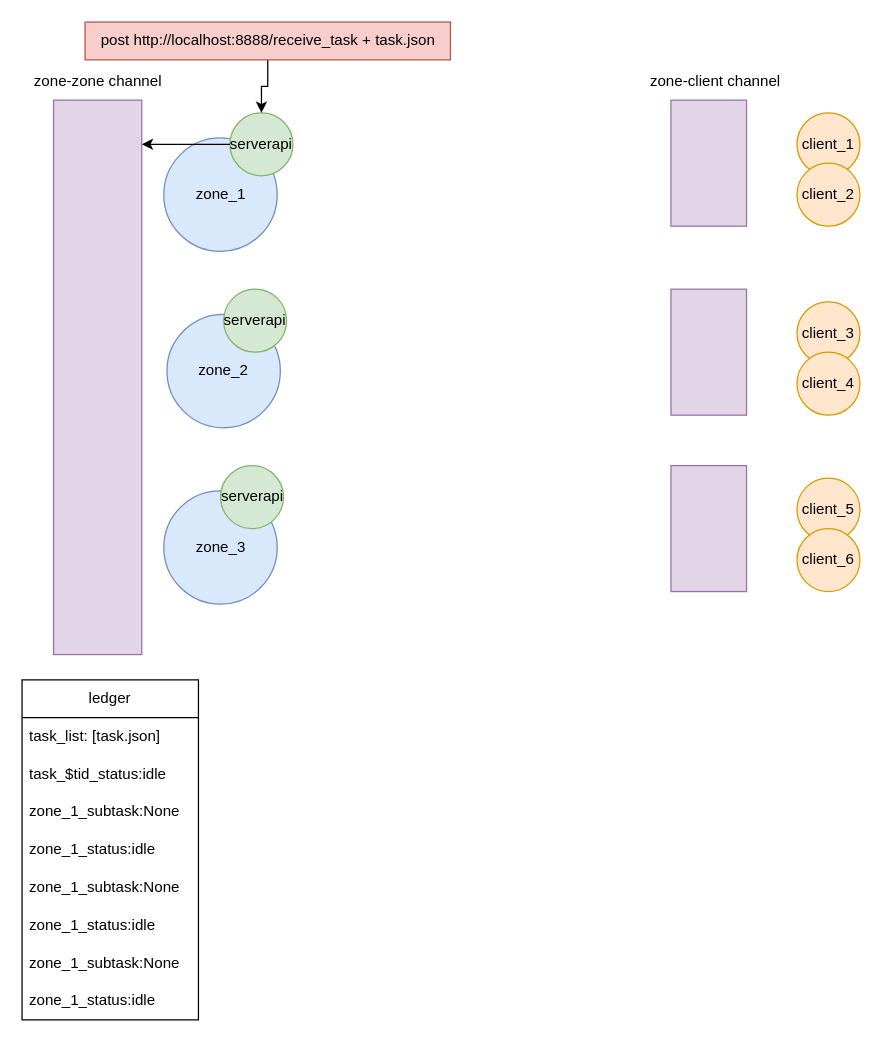
The draw.io diagram hyper_flow.drawio in 278100598/1078, before the edit. Source tidied: cells renumbered, new cells numbered last; positions are measured from the earlier drawing's top-left corner, leaving out a move shared by most shapes. Both pictures are drawn from the tidied source at 126%, with x=0, y=0 at pixel (21, 21).
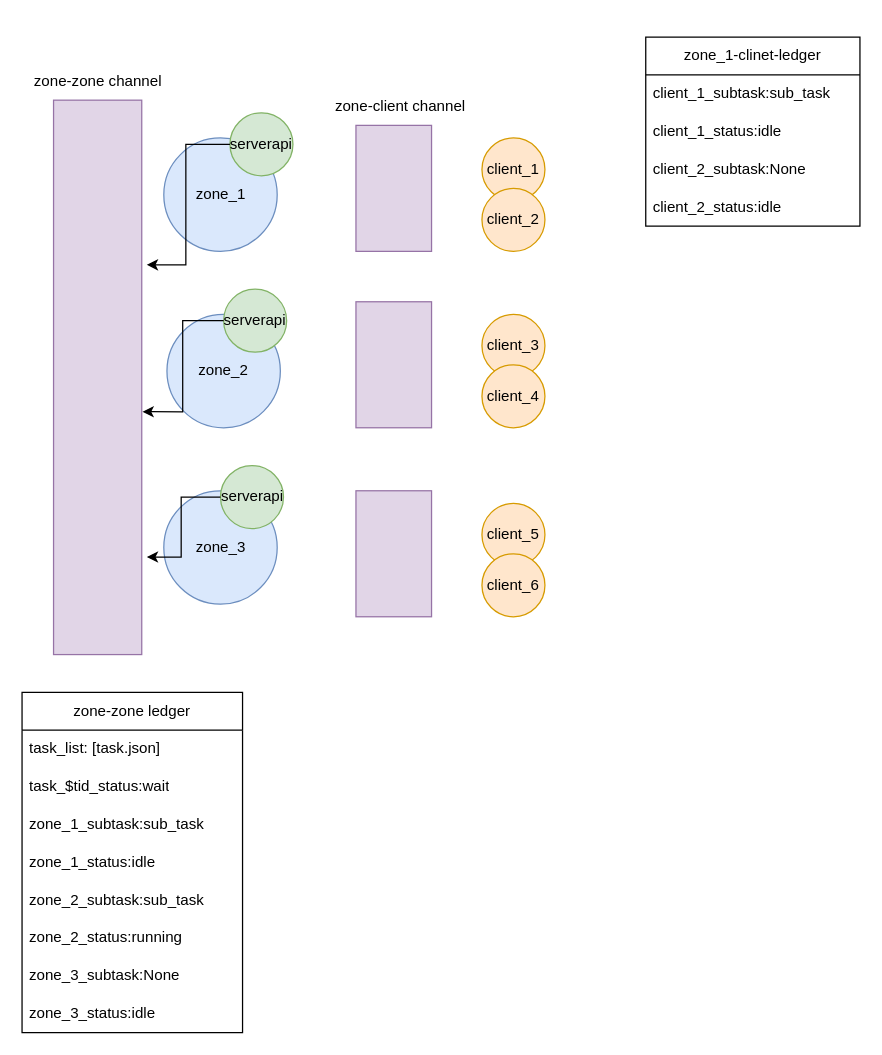
The same page after the edit.

Unchanged cells that the change refers to:
```xml
<mxCell id="2" style="rounded=0;whiteSpace=wrap;html=1;fillColor=#e1d5e7;strokeColor=#9673a6;" parent="1" vertex="1">
  <mxGeometry x="25" y="62" width="70" height="440" as="geometry" />
</mxCell>
<mxCell id="7" value="serverapi" style="ellipse;whiteSpace=wrap;html=1;fillColor=#d5e8d4;strokeColor=#82b366;" parent="1" vertex="1">
  <mxGeometry x="165" y="72" width="50" height="50" as="geometry" />
</mxCell>
<mxCell id="9" value="serverapi" style="ellipse;whiteSpace=wrap;html=1;fillColor=#d5e8d4;strokeColor=#82b366;" parent="1" vertex="1">
  <mxGeometry x="160" y="212" width="50" height="50" as="geometry" />
</mxCell>
<mxCell id="11" value="serverapi" style="ellipse;whiteSpace=wrap;html=1;fillColor=#d5e8d4;strokeColor=#82b366;" parent="1" vertex="1">
  <mxGeometry x="157.5" y="352" width="50" height="50" as="geometry" />
</mxCell>
```

What changed in the source:
```diff
@@
     <mxCell id="4" style="rounded=0;whiteSpace=wrap;html=1;fillColor=#e1d5e7;strokeColor=#9673a6;" parent="1" vertex="1">
-      <mxGeometry x="515" y="62" width="60" height="100" as="geometry" />
+      <mxGeometry x="265" y="82" width="60" height="100" as="geometry" />
     </mxCell>
     <mxCell id="5" value="zone-client channel" style="text;html=1;align=center;verticalAlign=middle;strokeColor=none;fillColor=none;" parent="1" vertex="1">
-      <mxGeometry x="485" y="32" width="130" height="30" as="geometry" />
+      <mxGeometry x="235" y="52" width="130" height="30" as="geometry" />
     </mxCell>
@@
-    <mxCell id="12" style="edgeStyle=orthogonalEdgeStyle;rounded=0;jettySize=auto;html=1;entryX=0.5;entryY=0;entryDx=0;entryDy=0;" parent="1" edge="1" source="13" target="7">
-      <mxGeometry relative="1" as="geometry" />
-    </mxCell>
-    <mxCell id="13" value="post http://localhost:8888/receive_task + task.json" style="text;html=1;align=center;verticalAlign=middle;points=[];strokeColor=#b85450;fillColor=#f8cecc;" parent="1" vertex="1">
-      <mxGeometry x="50" width="290" height="30" as="geometry" />
-    </mxCell>
-    <mxCell id="14" style="edgeStyle=orthogonalEdgeStyle;rounded=0;jettySize=auto;html=1;" parent="1" edge="1" source="7">
-      <mxGeometry relative="1" as="geometry">
-        <mxPoint x="95" y="97" as="targetPoint" />
-      </mxGeometry>
-    </mxCell>
-    <mxCell id="15" value="ledger" style="swimlane;fontStyle=0;horizontal=1;startSize=30;whiteSpace=wrap;html=1;" parent="1" vertex="1">
-      <mxGeometry y="522" width="140" height="270" as="geometry" />
-    </mxCell>
-    <mxCell id="16" value="task_list: [task.json]" style="text;strokeColor=none;fillColor=none;align=left;verticalAlign=middle;spacingLeft=4;spacingRight=4;overflow=hidden;whiteSpace=wrap;html=1;" parent="15" vertex="1">
-      <mxGeometry y="30" width="140" height="30" as="geometry" />
-    </mxCell>
-    <mxCell id="17" value="task_$tid_status:idle" style="text;strokeColor=none;fillColor=none;align=left;verticalAlign=middle;spacingLeft=4;spacingRight=4;overflow=hidden;whiteSpace=wrap;html=1;" parent="15" vertex="1">
-      <mxGeometry y="60" width="140" height="30" as="geometry" />
-    </mxCell>
-    <mxCell id="18" value="zone_1_subtask:None" style="text;strokeColor=none;fillColor=none;align=left;verticalAlign=middle;spacingLeft=4;spacingRight=4;overflow=hidden;whiteSpace=wrap;html=1;" parent="15" vertex="1">
-      <mxGeometry y="90" width="140" height="30" as="geometry" />
-    </mxCell>
-    <mxCell id="19" value="zone_1_status:idle" style="text;strokeColor=none;fillColor=none;align=left;verticalAlign=middle;spacingLeft=4;spacingRight=4;overflow=hidden;whiteSpace=wrap;html=1;" parent="15" vertex="1">
-      <mxGeometry y="120" width="140" height="30" as="geometry" />
-    </mxCell>
-    <mxCell id="20" value="zone_1_subtask:None" style="text;strokeColor=none;fillColor=none;align=left;verticalAlign=middle;spacingLeft=4;spacingRight=4;overflow=hidden;whiteSpace=wrap;html=1;" parent="15" vertex="1">
-      <mxGeometry y="150" width="140" height="30" as="geometry" />
-    </mxCell>
-    <mxCell id="21" value="zone_1_status:idle" style="text;strokeColor=none;fillColor=none;align=left;verticalAlign=middle;spacingLeft=4;spacingRight=4;overflow=hidden;whiteSpace=wrap;html=1;" parent="15" vertex="1">
-      <mxGeometry y="180" width="140" height="30" as="geometry" />
-    </mxCell>
-    <mxCell id="22" value="zone_1_subtask:None" style="text;strokeColor=none;fillColor=none;align=left;verticalAlign=middle;spacingLeft=4;spacingRight=4;overflow=hidden;whiteSpace=wrap;html=1;" parent="15" vertex="1">
-      <mxGeometry y="210" width="140" height="30" as="geometry" />
-    </mxCell>
-    <mxCell id="23" value="zone_1_status:idle" style="text;strokeColor=none;fillColor=none;align=left;verticalAlign=middle;spacingLeft=4;spacingRight=4;overflow=hidden;whiteSpace=wrap;html=1;" parent="15" vertex="1">
-      <mxGeometry y="240" width="140" height="30" as="geometry" />
-    </mxCell>
     <mxCell id="24" value="client_1" style="ellipse;whiteSpace=wrap;html=1;fillColor=#ffe6cc;strokeColor=#d79b00;" parent="1" vertex="1">
-      <mxGeometry x="615" y="72" width="50" height="50" as="geometry" />
+      <mxGeometry x="365" y="92" width="50" height="50" as="geometry" />
     </mxCell>
     <mxCell id="25" value="client_2" style="ellipse;whiteSpace=wrap;html=1;fillColor=#ffe6cc;strokeColor=#d79b00;" parent="1" vertex="1">
-      <mxGeometry x="615" y="112" width="50" height="50" as="geometry" />
+      <mxGeometry x="365" y="132" width="50" height="50" as="geometry" />
     </mxCell>
     <mxCell id="26" style="rounded=0;whiteSpace=wrap;html=1;fillColor=#e1d5e7;strokeColor=#9673a6;" parent="1" vertex="1">
-      <mxGeometry x="515" y="212" width="60" height="100" as="geometry" />
+      <mxGeometry x="265" y="222" width="60" height="100" as="geometry" />
     </mxCell>
     <mxCell id="27" value="client_3" style="ellipse;whiteSpace=wrap;html=1;fillColor=#ffe6cc;strokeColor=#d79b00;" parent="1" vertex="1">
-      <mxGeometry x="615" y="222" width="50" height="50" as="geometry" />
+      <mxGeometry x="365" y="232" width="50" height="50" as="geometry" />
     </mxCell>
     <mxCell id="28" value="client_4" style="ellipse;whiteSpace=wrap;html=1;fillColor=#ffe6cc;strokeColor=#d79b00;" parent="1" vertex="1">
-      <mxGeometry x="615" y="262" width="50" height="50" as="geometry" />
+      <mxGeometry x="365" y="272" width="50" height="50" as="geometry" />
     </mxCell>
     <mxCell id="29" style="rounded=0;whiteSpace=wrap;html=1;fillColor=#e1d5e7;strokeColor=#9673a6;" parent="1" vertex="1">
-      <mxGeometry x="515" y="352" width="60" height="100" as="geometry" />
+      <mxGeometry x="265" y="372" width="60" height="100" as="geometry" />
     </mxCell>
     <mxCell id="30" value="client_5" style="ellipse;whiteSpace=wrap;html=1;fillColor=#ffe6cc;strokeColor=#d79b00;" parent="1" vertex="1">
-      <mxGeometry x="615" y="362" width="50" height="50" as="geometry" />
+      <mxGeometry x="365" y="382" width="50" height="50" as="geometry" />
     </mxCell>
     <mxCell id="31" value="client_6" style="ellipse;whiteSpace=wrap;html=1;fillColor=#ffe6cc;strokeColor=#d79b00;" parent="1" vertex="1">
-      <mxGeometry x="615" y="402" width="50" height="50" as="geometry" />
+      <mxGeometry x="365" y="422" width="50" height="50" as="geometry" />
     </mxCell>
+    <mxCell id="32" value="zone_1-clinet-ledger" style="swimlane;fontStyle=0;horizontal=1;startSize=30;whiteSpace=wrap;html=1;" parent="1" vertex="1">
+      <mxGeometry x="495" y="12" width="170" height="150" as="geometry" />
+    </mxCell>
+    <mxCell id="33" value="client_1_subtask:sub_task" style="text;strokeColor=none;fillColor=none;align=left;verticalAlign=middle;spacingLeft=4;spacingRight=4;overflow=hidden;whiteSpace=wrap;html=1;" parent="32" vertex="1">
+      <mxGeometry y="30" width="170" height="30" as="geometry" />
+    </mxCell>
+    <mxCell id="34" value="client_1_status:idle" style="text;strokeColor=none;fillColor=none;align=left;verticalAlign=middle;spacingLeft=4;spacingRight=4;overflow=hidden;whiteSpace=wrap;html=1;" parent="32" vertex="1">
+      <mxGeometry y="60" width="170" height="30" as="geometry" />
+    </mxCell>
+    <mxCell id="35" value="client_2_subtask:None" style="text;strokeColor=none;fillColor=none;align=left;verticalAlign=middle;spacingLeft=4;spacingRight=4;overflow=hidden;whiteSpace=wrap;html=1;" parent="32" vertex="1">
+      <mxGeometry y="90" width="170" height="30" as="geometry" />
+    </mxCell>
+    <mxCell id="36" value="client_2_status:idle" style="text;strokeColor=none;fillColor=none;align=left;verticalAlign=middle;spacingLeft=4;spacingRight=4;overflow=hidden;whiteSpace=wrap;html=1;" parent="32" vertex="1">
+      <mxGeometry y="120" width="170" height="30" as="geometry" />
+    </mxCell>
+    <mxCell id="37" value="zone-zone ledger" style="swimlane;fontStyle=0;horizontal=1;startSize=30;whiteSpace=wrap;html=1;" parent="1" vertex="1">
+      <mxGeometry y="532" width="175" height="270" as="geometry" />
+    </mxCell>
+    <mxCell id="16" value="task_list: [task.json]" style="text;strokeColor=none;fillColor=none;align=left;verticalAlign=middle;spacingLeft=4;spacingRight=4;overflow=hidden;whiteSpace=wrap;html=1;" parent="37" vertex="1">
+      <mxGeometry y="30" width="175" height="30" as="geometry" />
+    </mxCell>
+    <mxCell id="38" value="task_$tid_status:wait" style="text;strokeColor=none;fillColor=none;align=left;verticalAlign=middle;spacingLeft=4;spacingRight=4;overflow=hidden;whiteSpace=wrap;html=1;" parent="37" vertex="1">
+      <mxGeometry y="60" width="175" height="30" as="geometry" />
+    </mxCell>
+    <mxCell id="39" value="zone_1_subtask:sub_task" style="text;strokeColor=none;fillColor=none;align=left;verticalAlign=middle;spacingLeft=4;spacingRight=4;overflow=hidden;whiteSpace=wrap;html=1;" parent="37" vertex="1">
+      <mxGeometry y="90" width="175" height="30" as="geometry" />
+    </mxCell>
+    <mxCell id="40" value="zone_1_status:idle&lt;span id=&quot;docs-internal-guid-9119f84e-7fff-ce26-c6a9-abf0f229bee5&quot;&gt;&lt;/span&gt;" style="text;strokeColor=none;fillColor=none;align=left;verticalAlign=middle;spacingLeft=4;spacingRight=4;overflow=hidden;whiteSpace=wrap;html=1;" parent="37" vertex="1">
+      <mxGeometry y="120" width="175" height="30" as="geometry" />
+    </mxCell>
+    <mxCell id="41" value="zone_2_subtask:sub_task" style="text;strokeColor=none;fillColor=none;align=left;verticalAlign=middle;spacingLeft=4;spacingRight=4;overflow=hidden;whiteSpace=wrap;html=1;" parent="37" vertex="1">
+      <mxGeometry y="150" width="175" height="30" as="geometry" />
+    </mxCell>
+    <mxCell id="42" value="zone_2_status:running" style="text;strokeColor=none;fillColor=none;align=left;verticalAlign=middle;spacingLeft=4;spacingRight=4;overflow=hidden;whiteSpace=wrap;html=1;" parent="37" vertex="1">
+      <mxGeometry y="180" width="175" height="30" as="geometry" />
+    </mxCell>
+    <mxCell id="43" value="zone_3_subtask:None" style="text;strokeColor=none;fillColor=none;align=left;verticalAlign=middle;spacingLeft=4;spacingRight=4;overflow=hidden;whiteSpace=wrap;html=1;" parent="37" vertex="1">
+      <mxGeometry y="210" width="175" height="30" as="geometry" />
+    </mxCell>
+    <mxCell id="44" value="zone_3_status:idle" style="text;strokeColor=none;fillColor=none;align=left;verticalAlign=middle;spacingLeft=4;spacingRight=4;overflow=hidden;whiteSpace=wrap;html=1;" parent="37" vertex="1">
+      <mxGeometry y="240" width="175" height="30" as="geometry" />
+    </mxCell>
+    <mxCell id="45" style="edgeStyle=orthogonalEdgeStyle;rounded=0;jettySize=auto;html=1;entryX=1.057;entryY=0.297;entryDx=0;entryDy=0;entryPerimeter=0;" parent="1" edge="1" source="7" target="2">
+      <mxGeometry relative="1" as="geometry" />
+    </mxCell>
+    <mxCell id="46" style="edgeStyle=orthogonalEdgeStyle;rounded=0;jettySize=auto;html=1;entryX=1.008;entryY=0.562;entryDx=0;entryDy=0;entryPerimeter=0;" parent="1" edge="1" source="9" target="2">
+      <mxGeometry relative="1" as="geometry" />
+    </mxCell>
+    <mxCell id="47" style="edgeStyle=orthogonalEdgeStyle;rounded=0;jettySize=auto;html=1;entryX=1.057;entryY=0.824;entryDx=0;entryDy=0;entryPerimeter=0;" parent="1" edge="1" source="11" target="2">
+      <mxGeometry relative="1" as="geometry" />
+    </mxCell>
```
